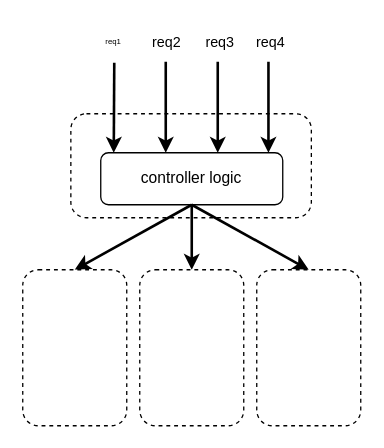
The draw.io diagram 在线A/B实验框架.drawio in ronxiao/hello-world, before the edit. Source tidied: cells renumbered, new cells numbered last; positions are measured from the earlier drawing's top-left corner, leaving out a move shared by most shapes. Both pictures are drawn from the tidied source at 130%, with x=0, y=0 at pixel (22, 22).
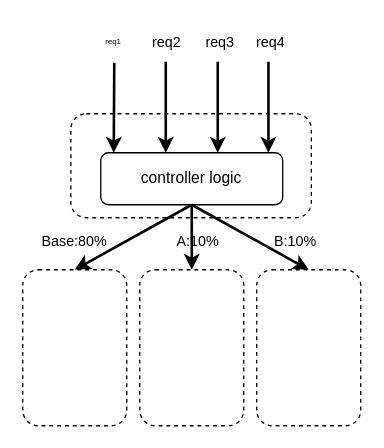
Above is the later version.

Diff of the diagram source:
```diff
@@
+    <mxCell id="18" value="&lt;font style=&quot;font-size: 11px&quot;&gt;Base:80%&lt;/font&gt;" style="text;html=1;strokeColor=none;fillColor=none;align=center;verticalAlign=middle;whiteSpace=wrap;rounded=0;dashed=1;" parent="1" vertex="1">
+      <mxGeometry x="20" y="158" width="40" height="20" as="geometry" />
+    </mxCell>
+    <mxCell id="19" value="&lt;span style=&quot;font-size: 11px&quot;&gt;A:10%&lt;/span&gt;" style="text;html=1;strokeColor=none;fillColor=none;align=center;verticalAlign=middle;whiteSpace=wrap;rounded=0;dashed=1;" parent="1" vertex="1">
+      <mxGeometry x="115" y="158" width="40" height="20" as="geometry" />
+    </mxCell>
+    <mxCell id="20" value="&lt;span style=&quot;font-size: 11px&quot;&gt;B:10%&lt;/span&gt;" style="text;html=1;strokeColor=none;fillColor=none;align=center;verticalAlign=middle;whiteSpace=wrap;rounded=0;dashed=1;" parent="1" vertex="1">
+      <mxGeometry x="190" y="158" width="40" height="20" as="geometry" />
+    </mxCell>
```
